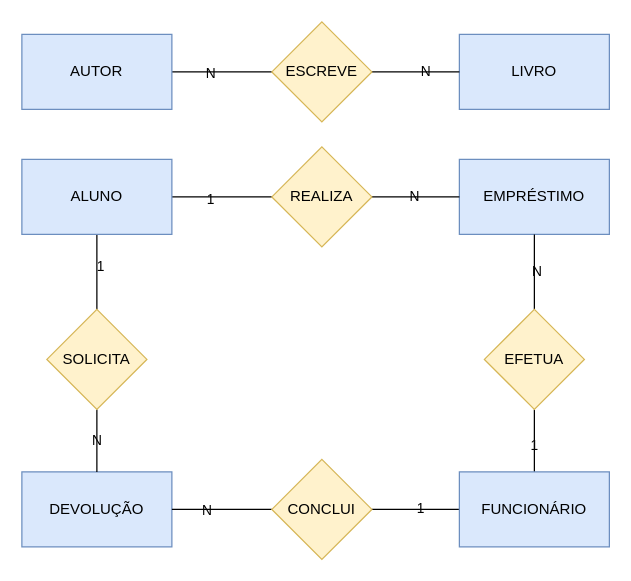
Above: aulas/02/biblioteca-conceitual.drawio in jessicasamppaio/Banco-Dados-Senac (draw.io), before the change. Source tidied: cells renumbered, new cells numbered last; positions are measured from the earlier drawing's top-left corner, leaving out a move shared by most shapes. Both pictures are drawn from the tidied source at 125%, with x=0, y=0 at pixel (21, 21).
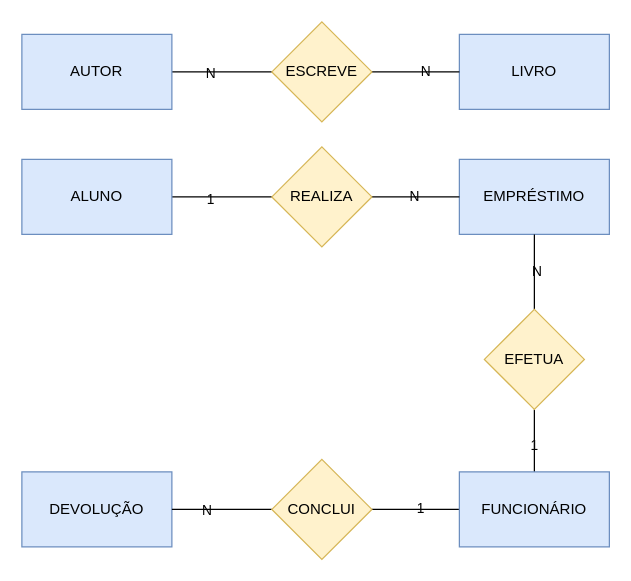
The same diagram, later.

The change refers to these unchanged cells:
```xml
<mxCell id="10" value="ALUNO" style="rounded=0;whiteSpace=wrap;html=1;fillColor=#dae8fc;strokeColor=#6c8ebf;labelBackgroundColor=none;labelBorderColor=none;fontColor=#000000;" parent="1" vertex="1">
  <mxGeometry y="110" width="120" height="60" as="geometry" />
</mxCell>
<mxCell id="17" value="DEVOLUÇÃO" style="rounded=0;whiteSpace=wrap;html=1;fillColor=#dae8fc;strokeColor=#6c8ebf;labelBackgroundColor=none;labelBorderColor=none;fontColor=#000000;" parent="1" vertex="1">
  <mxGeometry y="360" width="120" height="60" as="geometry" />
</mxCell>
```

Change to the diagram source:
```diff
@@
-    <mxCell id="8" style="edgeStyle=orthogonalEdgeStyle;rounded=0;jettySize=auto;html=1;entryX=0.5;entryY=0;entryDx=0;entryDy=0;endArrow=none;endFill=0;labelBackgroundColor=none;labelBorderColor=none;" parent="1" edge="1" source="10" target="32">
-      <mxGeometry relative="1" as="geometry" />
-    </mxCell>
-    <mxCell id="9" value="1" style="edgeLabel;html=1;align=center;verticalAlign=middle;labelBackgroundColor=none;labelBorderColor=none;" parent="8" vertex="1">
-      <mxGeometry x="-0.18" y="2" relative="1" as="geometry" />
-    </mxCell>
@@
-    <mxCell id="30" style="edgeStyle=orthogonalEdgeStyle;rounded=0;jettySize=auto;html=1;entryX=0.5;entryY=0;entryDx=0;entryDy=0;endArrow=none;endFill=0;labelBackgroundColor=none;labelBorderColor=none;" parent="1" edge="1" source="32" target="17">
-      <mxGeometry relative="1" as="geometry" />
-    </mxCell>
-    <mxCell id="31" value="N" style="edgeLabel;html=1;align=center;verticalAlign=middle;labelBackgroundColor=none;labelBorderColor=none;" parent="30" vertex="1">
-      <mxGeometry x="-0.06" y="-1" relative="1" as="geometry" />
-    </mxCell>
-    <mxCell id="32" value="SOLICITA" style="rhombus;whiteSpace=wrap;html=1;fillColor=#fff2cc;strokeColor=#d6b656;labelBackgroundColor=none;labelBorderColor=none;fontColor=#000000;" parent="1" vertex="1">
-      <mxGeometry x="20" y="230" width="80" height="80" as="geometry" />
-    </mxCell>
```
